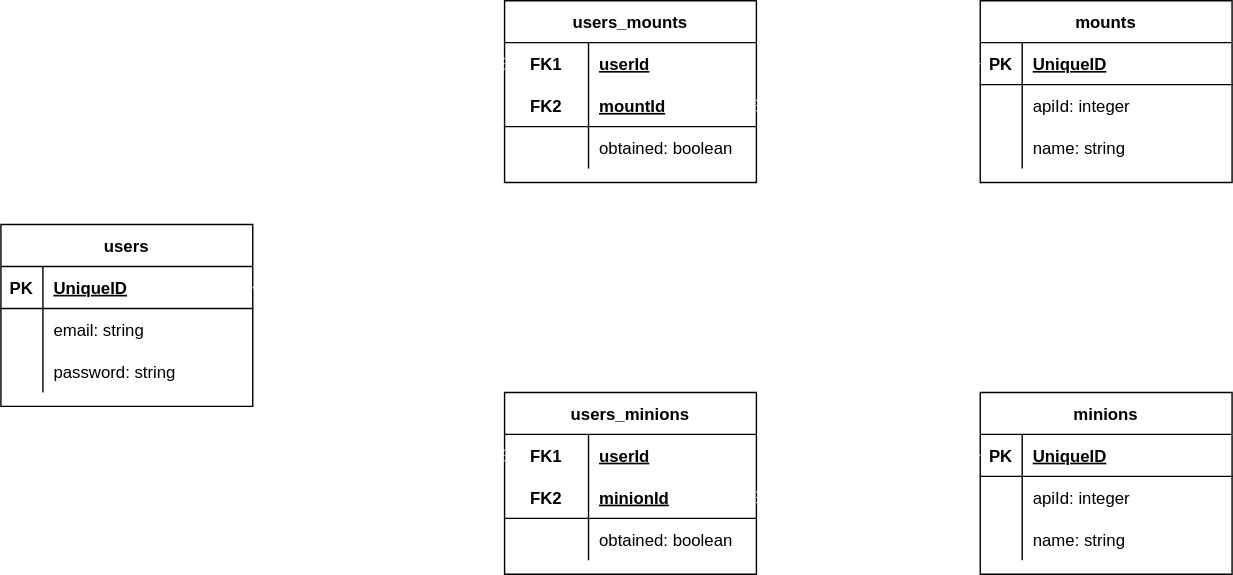
Above: media/readme/ERD.drawio.svg in average-alien/ffxiv-collection-tracker (draw.io), before the change. Source tidied: cells renumbered, new cells last; positions are measured from the earlier drawing's top-left corner, leaving out a move shared by most shapes.
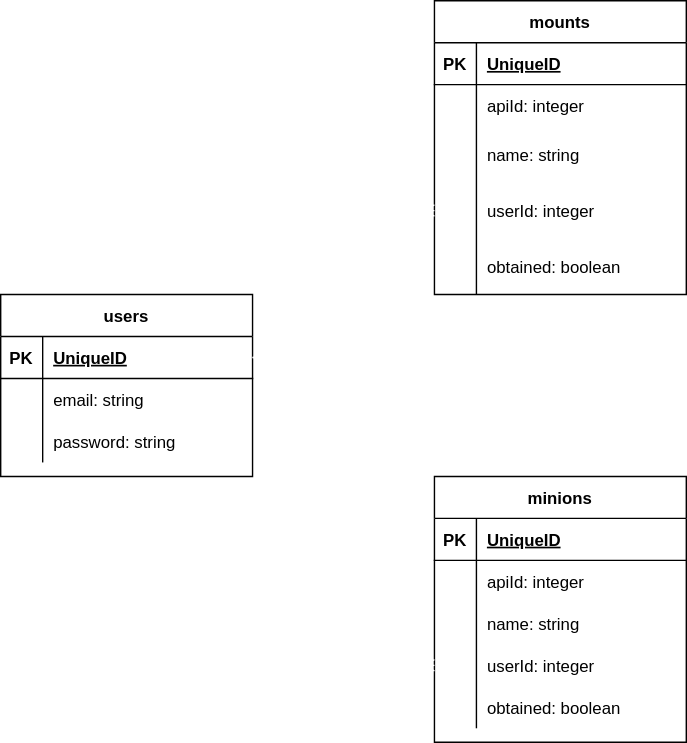
The same file after the commit.

What changed in the source:
```diff
@@ -3,7 +3,7 @@
     <mxCell id="0" />
     <mxCell id="1" parent="0" />
     <mxCell id="2" value="users" style="shape=table;startSize=30;rowLines=0;fontStyle=1;align=center;swimlaneFillColor=default;" parent="1" vertex="1">
-      <mxGeometry y="160" width="180" height="130" as="geometry" />
+      <mxGeometry x="-110" y="10" width="180" height="130" as="geometry" />
     </mxCell>
     <mxCell id="3" style="shape=partialRectangle;fillColor=none;top=0;left=0;bottom=1;right=0;points=[[0,0.5],[1,0.5]];portConstraint=eastwest;" parent="2" vertex="1">
       <mxGeometry y="30" width="180" height="30" as="geometry" />
@@ -33,7 +33,7 @@
       <mxGeometry x="30" width="150" height="30" as="geometry" />
     </mxCell>
     <mxCell id="12" value="mounts" style="shape=table;startSize=30;rowLines=0;fontStyle=1;align=center;swimlaneFillColor=default;" parent="1" vertex="1">
-      <mxGeometry x="700" width="180" height="130" as="geometry" />
+      <mxGeometry x="200" y="-200" width="180" height="210" as="geometry" />
     </mxCell>
     <mxCell id="13" style="shape=partialRectangle;fillColor=none;top=0;left=0;bottom=1;right=0;points=[[0,0.5],[1,0.5]];portConstraint=eastwest;" parent="12" vertex="1">
       <mxGeometry y="30" width="180" height="30" as="geometry" />
@@ -54,16 +54,34 @@
       <mxGeometry x="30" width="150" height="30" as="geometry" />
     </mxCell>
     <mxCell id="19" style="shape=partialRectangle;fillColor=none;top=0;left=0;bottom=0;right=0;" parent="12" vertex="1">
-      <mxGeometry y="90" width="180" height="30" as="geometry" />
+      <mxGeometry y="90" width="180" height="40" as="geometry" />
     </mxCell>
     <mxCell id="20" style="shape=partialRectangle;fillColor=none;top=0;left=0;bottom=0;right=0;overflow=hidden;" parent="19" vertex="1">
-      <mxGeometry width="30" height="30" as="geometry" />
+      <mxGeometry width="30" height="40" as="geometry" />
     </mxCell>
     <mxCell id="21" value="name: string" style="shape=partialRectangle;fillColor=none;top=0;left=0;bottom=0;right=0;align=left;spacingLeft=6;overflow=hidden;" parent="19" vertex="1">
-      <mxGeometry x="30" width="150" height="30" as="geometry" />
+      <mxGeometry x="30" width="150" height="40" as="geometry" />
     </mxCell>
+    <mxCell id="55" style="shape=partialRectangle;fillColor=none;top=0;left=0;bottom=0;right=0;points=[[0,0.5],[1,0.5]];portConstraint=eastwest;" parent="12" vertex="1">
+      <mxGeometry y="130" width="180" height="40" as="geometry" />
+    </mxCell>
+    <mxCell id="56" style="shape=partialRectangle;fillColor=none;top=0;left=0;bottom=0;right=0;overflow=hidden;" parent="55" vertex="1">
+      <mxGeometry width="30" height="40" as="geometry" />
+    </mxCell>
+    <mxCell id="57" value="userId: integer" style="shape=partialRectangle;fillColor=none;top=0;left=0;bottom=0;right=0;align=left;spacingLeft=6;overflow=hidden;" parent="55" vertex="1">
+      <mxGeometry x="30" width="150" height="40" as="geometry" />
+    </mxCell>
+    <mxCell id="58" style="shape=partialRectangle;fillColor=none;top=0;left=0;bottom=0;right=0;" parent="12" vertex="1">
+      <mxGeometry y="170" width="180" height="40" as="geometry" />
+    </mxCell>
+    <mxCell id="59" style="shape=partialRectangle;fillColor=none;top=0;left=0;bottom=0;right=0;overflow=hidden;" parent="58" vertex="1">
+      <mxGeometry width="30" height="40" as="geometry" />
+    </mxCell>
+    <mxCell id="60" value="obtained: boolean" style="shape=partialRectangle;fillColor=none;top=0;left=0;bottom=0;right=0;align=left;spacingLeft=6;overflow=hidden;" parent="58" vertex="1">
+      <mxGeometry x="30" width="150" height="40" as="geometry" />
+    </mxCell>
     <mxCell id="22" value="minions" style="shape=table;startSize=30;rowLines=0;fontStyle=1;align=center;swimlaneFillColor=default;" parent="1" vertex="1">
-      <mxGeometry x="700" y="280" width="180" height="130" as="geometry" />
+      <mxGeometry x="200" y="140" width="180" height="190" as="geometry" />
     </mxCell>
     <mxCell id="23" style="shape=partialRectangle;fillColor=none;top=0;left=0;bottom=1;right=0;points=[[0,0.5],[1,0.5]];portConstraint=eastwest;" parent="22" vertex="1">
       <mxGeometry y="30" width="180" height="30" as="geometry" />
@@ -92,77 +110,29 @@
     <mxCell id="31" value="name: string" style="shape=partialRectangle;fillColor=none;top=0;left=0;bottom=0;right=0;align=left;spacingLeft=6;overflow=hidden;" parent="29" vertex="1">
       <mxGeometry x="30" width="150" height="30" as="geometry" />
     </mxCell>
-    <mxCell id="32" value="users_mounts" style="shape=table;startSize=30;rowLines=0;fontStyle=1;align=center;swimlaneFillColor=default;" parent="1" vertex="1">
-      <mxGeometry x="360" width="180" height="130" as="geometry" />
-    </mxCell>
-    <mxCell id="33" style="shape=partialRectangle;fillColor=none;top=0;left=0;bottom=0;right=0;points=[[0,0.5],[1,0.5]];portConstraint=eastwest;" parent="32" vertex="1">
-      <mxGeometry y="30" width="180" height="30" as="geometry" />
-    </mxCell>
-    <mxCell id="34" value="FK1" style="shape=partialRectangle;fillColor=none;top=0;left=0;bottom=0;right=0;fontStyle=1;overflow=hidden;" parent="33" vertex="1">
-      <mxGeometry width="60" height="30" as="geometry" />
-    </mxCell>
-    <mxCell id="35" value="userId" style="shape=partialRectangle;fillColor=none;top=0;left=0;bottom=0;right=0;align=left;spacingLeft=6;fontStyle=5;overflow=hidden;" parent="33" vertex="1">
-      <mxGeometry x="60" width="120" height="30" as="geometry" />
-    </mxCell>
-    <mxCell id="36" style="shape=partialRectangle;fillColor=none;top=0;left=0;bottom=1;right=0;points=[[0,0.5],[1,0.5]];portConstraint=eastwest;" parent="32" vertex="1">
-      <mxGeometry y="60" width="180" height="30" as="geometry" />
-    </mxCell>
-    <mxCell id="37" value="FK2" style="shape=partialRectangle;fillColor=none;top=0;left=0;bottom=0;right=0;fontStyle=1;overflow=hidden;" parent="36" vertex="1">
-      <mxGeometry width="60" height="30" as="geometry" />
-    </mxCell>
-    <mxCell id="38" value="mountId" style="shape=partialRectangle;fillColor=none;top=0;left=0;bottom=0;right=0;align=left;spacingLeft=6;fontStyle=5;overflow=hidden;" parent="36" vertex="1">
-      <mxGeometry x="60" width="120" height="30" as="geometry" />
-    </mxCell>
-    <mxCell id="39" style="shape=partialRectangle;fillColor=none;top=0;left=0;bottom=0;right=0;" parent="32" vertex="1">
-      <mxGeometry y="90" width="180" height="30" as="geometry" />
-    </mxCell>
-    <mxCell id="40" style="shape=partialRectangle;fillColor=none;top=0;left=0;bottom=0;right=0;overflow=hidden;" parent="39" vertex="1">
-      <mxGeometry width="60" height="30" as="geometry" />
-    </mxCell>
-    <mxCell id="41" value="obtained: boolean" style="shape=partialRectangle;fillColor=none;top=0;left=0;bottom=0;right=0;align=left;spacingLeft=6;overflow=hidden;" parent="39" vertex="1">
-      <mxGeometry x="60" width="120" height="30" as="geometry" />
-    </mxCell>
-    <mxCell id="42" value="users_minions" style="shape=table;startSize=30;rowLines=0;fontStyle=1;align=center;swimlaneFillColor=default;" parent="1" vertex="1">
-      <mxGeometry x="360" y="280" width="180" height="130" as="geometry" />
-    </mxCell>
-    <mxCell id="43" style="shape=partialRectangle;fillColor=none;top=0;left=0;bottom=0;right=0;points=[[0,0.5],[1,0.5]];portConstraint=eastwest;" parent="42" vertex="1">
-      <mxGeometry y="30" width="180" height="30" as="geometry" />
-    </mxCell>
-    <mxCell id="44" value="FK1" style="shape=partialRectangle;fillColor=none;top=0;left=0;bottom=0;right=0;fontStyle=1;overflow=hidden;" parent="43" vertex="1">
-      <mxGeometry width="60" height="30" as="geometry" />
-    </mxCell>
-    <mxCell id="45" value="userId" style="shape=partialRectangle;fillColor=none;top=0;left=0;bottom=0;right=0;align=left;spacingLeft=6;fontStyle=5;overflow=hidden;" parent="43" vertex="1">
-      <mxGeometry x="60" width="120" height="30" as="geometry" />
-    </mxCell>
-    <mxCell id="46" style="shape=partialRectangle;fillColor=none;top=0;left=0;bottom=1;right=0;points=[[0,0.5],[1,0.5]];portConstraint=eastwest;" parent="42" vertex="1">
-      <mxGeometry y="60" width="180" height="30" as="geometry" />
-    </mxCell>
-    <mxCell id="47" value="FK2" style="shape=partialRectangle;fillColor=none;top=0;left=0;bottom=0;right=0;fontStyle=1;overflow=hidden;" parent="46" vertex="1">
-      <mxGeometry width="60" height="30" as="geometry" />
-    </mxCell>
-    <mxCell id="48" value="minionId" style="shape=partialRectangle;fillColor=none;top=0;left=0;bottom=0;right=0;align=left;spacingLeft=6;fontStyle=5;overflow=hidden;" parent="46" vertex="1">
-      <mxGeometry x="60" width="120" height="30" as="geometry" />
-    </mxCell>
-    <mxCell id="49" style="shape=partialRectangle;fillColor=none;top=0;left=0;bottom=0;right=0;" parent="42" vertex="1">
-      <mxGeometry y="90" width="180" height="30" as="geometry" />
-    </mxCell>
-    <mxCell id="50" style="shape=partialRectangle;fillColor=none;top=0;left=0;bottom=0;right=0;overflow=hidden;" parent="49" vertex="1">
-      <mxGeometry width="60" height="30" as="geometry" />
-    </mxCell>
-    <mxCell id="51" value="obtained: boolean" style="shape=partialRectangle;fillColor=none;top=0;left=0;bottom=0;right=0;align=left;spacingLeft=6;overflow=hidden;" parent="49" vertex="1">
-      <mxGeometry x="60" width="120" height="30" as="geometry" />
-    </mxCell>
+    <mxCell id="61" style="shape=partialRectangle;fillColor=none;top=0;left=0;bottom=0;right=0;points=[[0,0.5],[1,0.5]];portConstraint=eastwest;" parent="22" vertex="1">
+      <mxGeometry y="120" width="180" height="30" as="geometry" />
+    </mxCell>
+    <mxCell id="62" style="shape=partialRectangle;fillColor=none;top=0;left=0;bottom=0;right=0;overflow=hidden;" parent="61" vertex="1">
+      <mxGeometry width="30" height="30" as="geometry" />
+    </mxCell>
+    <mxCell id="63" value="userId: integer" style="shape=partialRectangle;fillColor=none;top=0;left=0;bottom=0;right=0;align=left;spacingLeft=6;overflow=hidden;" parent="61" vertex="1">
+      <mxGeometry x="30" width="150" height="30" as="geometry" />
+    </mxCell>
+    <mxCell id="64" style="shape=partialRectangle;fillColor=none;top=0;left=0;bottom=0;right=0;" parent="22" vertex="1">
+      <mxGeometry y="150" width="180" height="30" as="geometry" />
+    </mxCell>
+    <mxCell id="65" style="shape=partialRectangle;fillColor=none;top=0;left=0;bottom=0;right=0;overflow=hidden;" parent="64" vertex="1">
+      <mxGeometry width="30" height="30" as="geometry" />
+    </mxCell>
+    <mxCell id="66" value="obtained: boolean" style="shape=partialRectangle;fillColor=none;top=0;left=0;bottom=0;right=0;align=left;spacingLeft=6;overflow=hidden;" parent="64" vertex="1">
+      <mxGeometry x="30" width="150" height="30" as="geometry" />
+    </mxCell>
-    <mxCell id="52" style="edgeStyle=entityRelationEdgeStyle;fontSize=12;html=1;endArrow=ERzeroToMany;startArrow=ERmandOne;startFill=0;endFill=0;fillColor=#f5f5f5;strokeColor=#FFFFFF;" parent="1" edge="1" source="3" target="33">
+    <mxCell id="52" style="edgeStyle=entityRelationEdgeStyle;fontSize=12;html=1;endArrow=ERzeroToMany;startArrow=ERmandOne;startFill=0;endFill=0;fillColor=#f5f5f5;strokeColor=#FFFFFF;" parent="1" edge="1" source="3" target="55">
       <mxGeometry relative="1" as="geometry" />
     </mxCell>
-    <mxCell id="53" style="edgeStyle=entityRelationEdgeStyle;fontSize=12;html=1;endArrow=ERzeroToMany;startArrow=ERmandOne;endFill=0;startFill=0;fillColor=#f5f5f5;strokeColor=#FFFFFF;" parent="1" edge="1" source="3" target="43">
+    <mxCell id="53" style="edgeStyle=entityRelationEdgeStyle;fontSize=12;html=1;endArrow=ERzeroToMany;startArrow=ERmandOne;endFill=0;startFill=0;fillColor=#f5f5f5;strokeColor=#FFFFFF;" parent="1" edge="1" source="3" target="61">
       <mxGeometry relative="1" as="geometry" />
     </mxCell>
-    <mxCell id="54" style="edgeStyle=entityRelationEdgeStyle;fontSize=12;html=1;endArrow=ERmandOne;endFill=0;startArrow=ERzeroToMany;entryX=0;entryY=0.5;entryDx=0;entryDy=0;startFill=0;fillColor=#f5f5f5;strokeColor=#FFFFFF;" parent="1" edge="1" source="36" target="13">
-      <mxGeometry relative="1" as="geometry" />
-    </mxCell>
-    <mxCell id="55" style="edgeStyle=entityRelationEdgeStyle;fontSize=12;html=1;endArrow=ERmandOne;startArrow=ERzeroToMany;startFill=0;endFill=0;fillColor=#f5f5f5;strokeColor=#FFFFFF;" parent="1" edge="1" source="46" target="23">
-      <mxGeometry relative="1" as="geometry" />
-    </mxCell>
   </root>
 </mxGraphModel>
```
